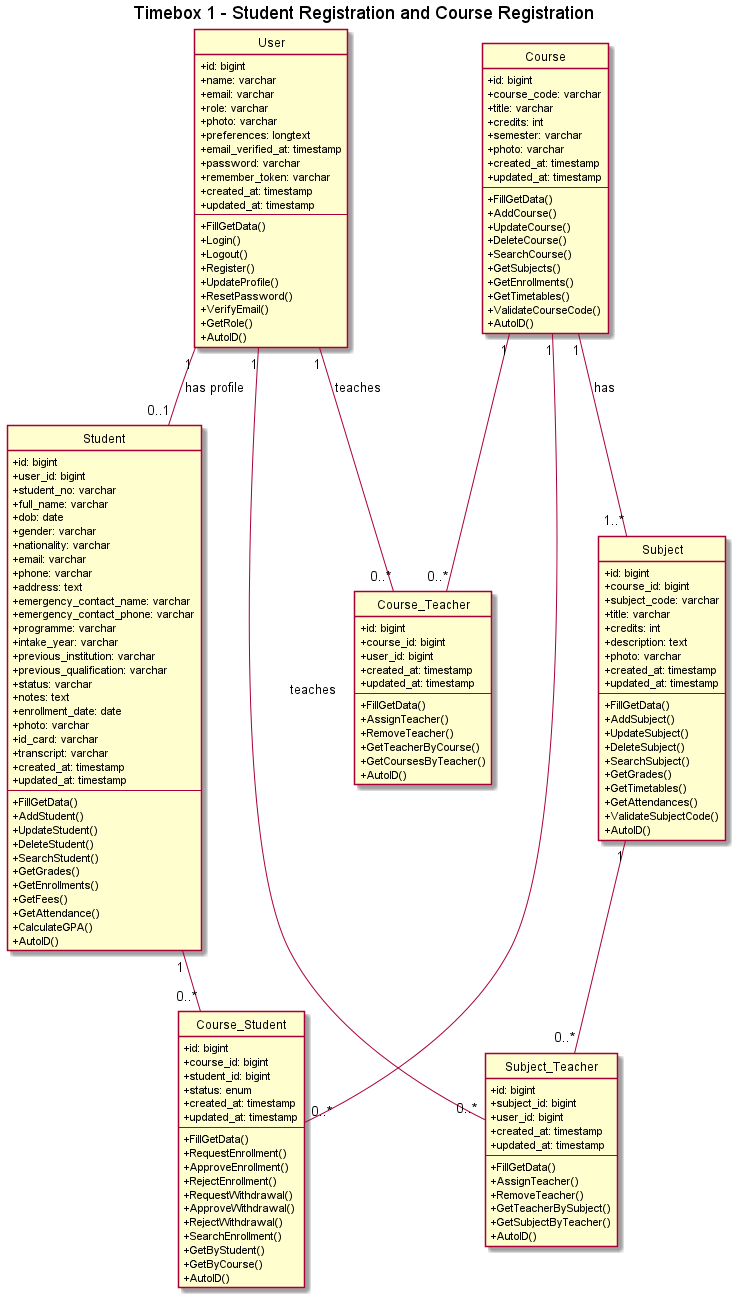
Earlier version of the PlantUML export out/class_diagram/Timebox1_Class/Timebox1_Class.png (KyawMyoHtay1/academic-portal).
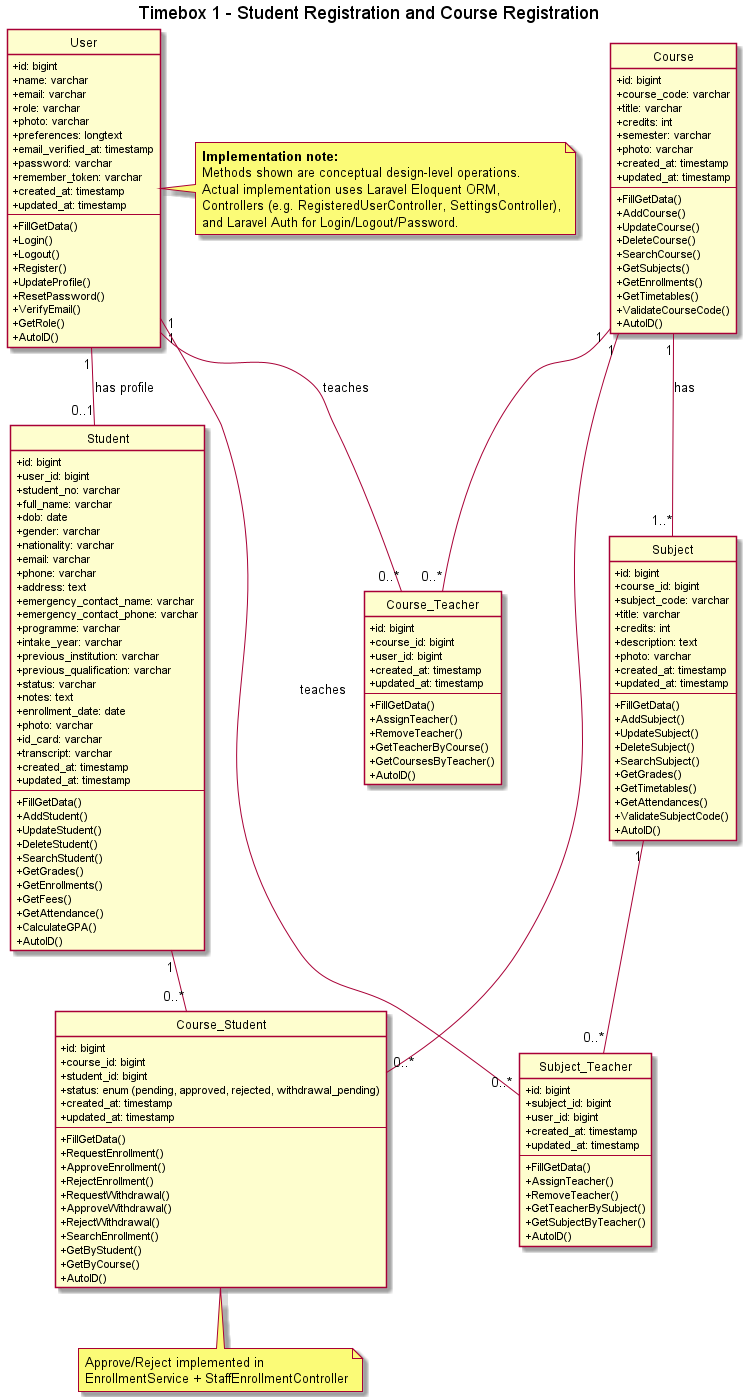
Above is the later version.

What changed in the source:
```diff
@@ -2,6 +2,14 @@
 hide circle
 skinparam classAttributeIconSize 0
 title Timebox 1 - Student Registration and Course Registration
+
+note right of User
+  **Implementation note:**
+  Methods shown are conceptual design-level operations.
+  Actual implementation uses Laravel Eloquent ORM,
+  Controllers (e.g. RegisteredUserController, SettingsController),
+  and Laravel Auth for Login/Logout/Password.
+end note
 
 class User {
   +id: bigint
@@ -145,7 +153,7 @@
   +id: bigint
   +course_id: bigint
   +student_id: bigint
-  +status: enum
+  +status: enum (pending, approved, rejected, withdrawal_pending)
   +created_at: timestamp
   +updated_at: timestamp
   --
@@ -171,4 +179,9 @@
 Course "1" -- "0..*" Course_Student
 Student "1" -- "0..*" Course_Student
 
+note bottom of Course_Student
+  Approve/Reject implemented in
+  EnrollmentService + StaffEnrollmentController
+end note
+
 @enduml
```
